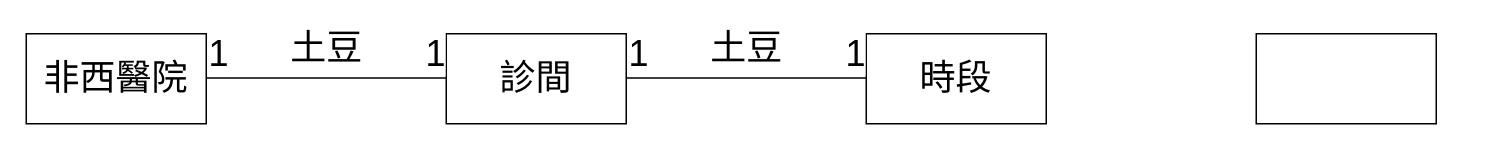
Above: Clinic.drawio in troyandy1023/110-2HW2 (draw.io), before the change. Source tidied: cells renumbered, new cells numbered last; positions are measured from the earlier drawing's top-left corner, leaving out a move shared by most shapes. Both pictures are drawn from the tidied source at 150%, with x=0, y=0 at pixel (26, 26).
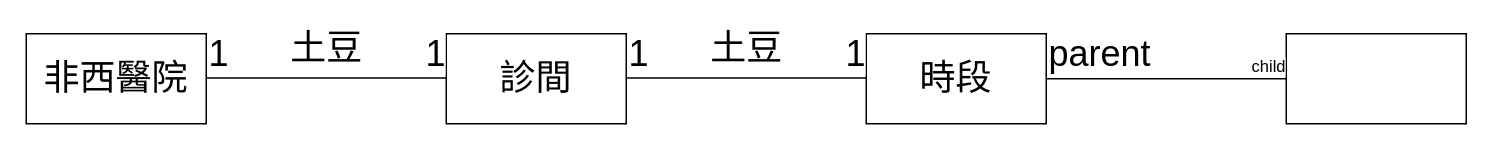
The same page after the edit.

Diff of the diagram source:
```diff
@@
 <mxGraphModel>
   <root>
     <mxCell id="0" />
     <mxCell id="1" parent="0" />
     <mxCell id="2" value="非西醫院" style="rounded=0;whiteSpace=wrap;html=1;fontSize=24;" parent="1" vertex="1">
       <mxGeometry y="5" width="120" height="60" as="geometry" />
     </mxCell>
     <mxCell id="3" value="診間" style="rounded=0;whiteSpace=wrap;html=1;fontSize=24;" parent="1" vertex="1">
       <mxGeometry x="280" y="5" width="120" height="60" as="geometry" />
     </mxCell>
     <mxCell id="4" value="時段" style="rounded=0;whiteSpace=wrap;html=1;fontSize=24;" parent="1" vertex="1">
       <mxGeometry x="560" y="5" width="120" height="60" as="geometry" />
     </mxCell>
     <mxCell id="5" style="rounded=0;whiteSpace=wrap;html=1;fontSize=24;" parent="1" vertex="1">
-      <mxGeometry x="820" y="5" width="120" height="60" as="geometry" />
+      <mxGeometry x="840" y="5" width="120" height="60" as="geometry" />
     </mxCell>
     <mxCell id="6" style="endArrow=none;html=1;edgeStyle=orthogonalEdgeStyle;rounded=0;fontSize=24;" parent="1" edge="1">
       <mxGeometry relative="1" as="geometry">
         <mxPoint x="120" y="34.5" as="sourcePoint" />
         <mxPoint x="280" y="34.5" as="targetPoint" />
       </mxGeometry>
     </mxCell>
     <mxCell id="7" value="1" style="edgeLabel;html=1;align=left;verticalAlign=bottom;fontSize=24;" parent="6" vertex="1">
       <mxGeometry x="-1" relative="1" as="geometry" />
     </mxCell>
     <mxCell id="8" value="1" style="edgeLabel;html=1;align=right;verticalAlign=bottom;fontSize=24;" parent="6" vertex="1">
       <mxGeometry x="1" relative="1" as="geometry" />
     </mxCell>
     <mxCell id="9" value="土豆" style="text;html=1;align=center;verticalAlign=middle;strokeColor=none;fillColor=none;fontSize=24;" parent="1" vertex="1">
       <mxGeometry x="170" width="60" height="30" as="geometry" />
     </mxCell>
     <mxCell id="10" style="endArrow=none;html=1;edgeStyle=orthogonalEdgeStyle;rounded=0;fontSize=24;" parent="1" edge="1">
       <mxGeometry relative="1" as="geometry">
         <mxPoint x="400" y="34.5" as="sourcePoint" />
         <mxPoint x="560" y="34.5" as="targetPoint" />
       </mxGeometry>
     </mxCell>
     <mxCell id="11" value="1" style="edgeLabel;html=1;align=left;verticalAlign=bottom;fontSize=24;" parent="10" vertex="1">
       <mxGeometry x="-1" relative="1" as="geometry" />
     </mxCell>
     <mxCell id="12" value="1" style="edgeLabel;html=1;align=right;verticalAlign=bottom;fontSize=24;" parent="10" vertex="1">
       <mxGeometry x="1" relative="1" as="geometry" />
     </mxCell>
     <mxCell id="13" value="土豆" style="text;html=1;align=center;verticalAlign=middle;strokeColor=none;fillColor=none;fontSize=24;" parent="1" vertex="1">
       <mxGeometry x="450" width="60" height="30" as="geometry" />
     </mxCell>
+    <mxCell id="14" style="endArrow=none;html=1;edgeStyle=orthogonalEdgeStyle;rounded=0;" parent="1" edge="1" source="4">
+      <mxGeometry relative="1" as="geometry">
+        <mxPoint x="840" y="35" as="targetPoint" />
+      </mxGeometry>
+    </mxCell>
+    <mxCell id="15" value="&lt;font style=&quot;font-size: 24px&quot;&gt;parent&lt;/font&gt;" style="edgeLabel;html=1;align=left;verticalAlign=bottom;" parent="14" vertex="1">
+      <mxGeometry x="-1" relative="1" as="geometry" />
+    </mxCell>
+    <mxCell id="16" value="child" style="edgeLabel;html=1;align=right;verticalAlign=bottom;" parent="14" vertex="1">
+      <mxGeometry x="1" relative="1" as="geometry" />
+    </mxCell>
   </root>
 </mxGraphModel>
```
